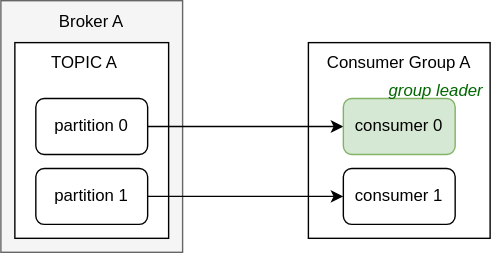
The draw.io diagram resource/8E/2BC882-483A-4878-8B45-23C239057272/partition2-consumer2.svg in johngrib/johngrib.github.io, before a commit. Source tidied: cells renumbered, new cells last; positions are measured from the earlier drawing's top-left corner, leaving out a move shared by most shapes.
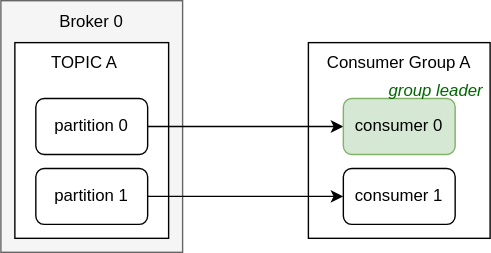
Above is the later version.

The edit, as a diff of the source:
```diff
@@ -38,7 +38,7 @@
     <mxCell id="13" value="group leader" style="text;html=1;align=center;verticalAlign=middle;whiteSpace=wrap;rounded=0;fontColor=#006600;fontStyle=2;" parent="1" vertex="1">
       <mxGeometry x="273" y="50" width="77" height="30" as="geometry" />
     </mxCell>
-    <mxCell id="14" value="Broker A" style="text;html=1;align=center;verticalAlign=middle;whiteSpace=wrap;rounded=0;" parent="1" vertex="1">
+    <mxCell id="14" value="Broker 0" style="text;html=1;align=center;verticalAlign=middle;whiteSpace=wrap;rounded=0;" parent="1" vertex="1">
       <mxGeometry x="35" width="60" height="30" as="geometry" />
     </mxCell>
   </root>
```
